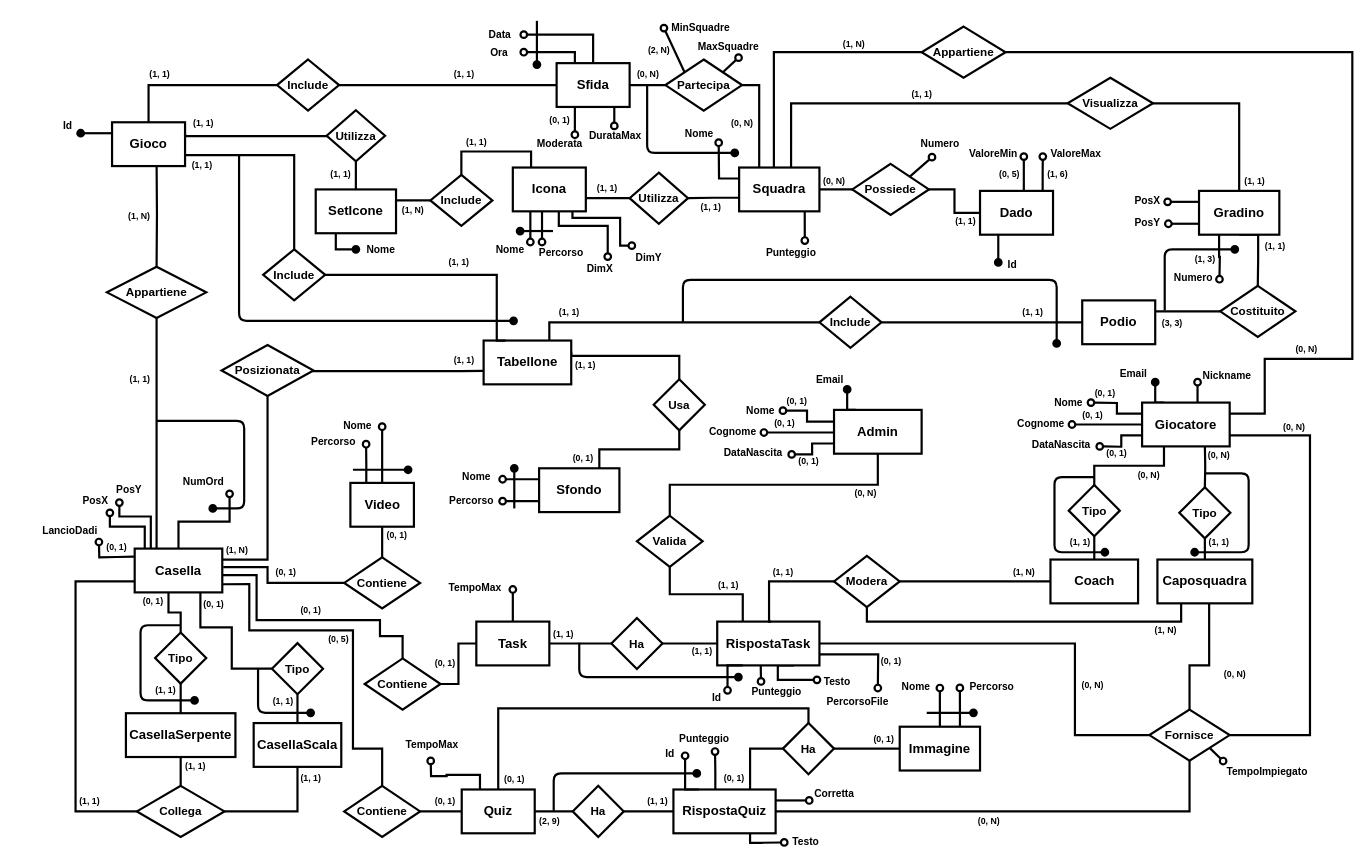
Earlier version of the draw.io diagram Progetto logico/Schema ER ristrutturato.drawio (lorenzobilli/BD-project). Source tidied: cells renumbered, new cells numbered last; positions are measured from the earlier drawing's top-left corner, leaving out a move shared by most shapes. Both pictures are drawn from the tidied source at 73%, with x=0, y=0 at pixel (38, 20).
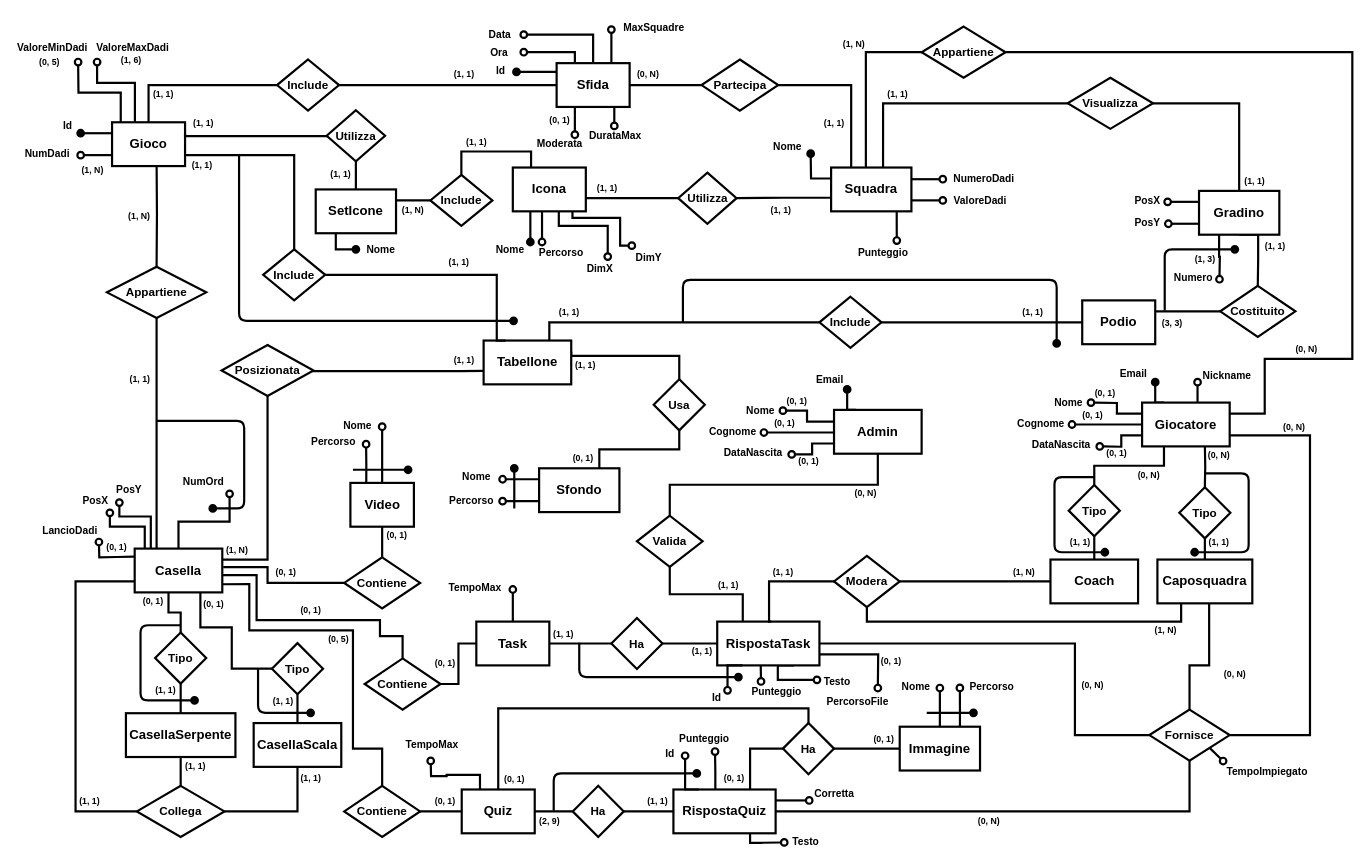
The same diagram, later.

Unchanged cells that the change refers to:
```xml
<mxCell id="4" value="Gioco" style="rounded=0;whiteSpace=wrap;html=1;strokeWidth=3;fontSize=18;shadow=0;fontStyle=1;" parent="1" vertex="1">
  <mxGeometry x="101" y="140" width="100" height="60" as="geometry" />
</mxCell>
<mxCell id="30" value="Appartiene" style="rhombus;whiteSpace=wrap;html=1;strokeWidth=3;fontSize=16;shadow=0;fontStyle=1;" parent="1" vertex="1">
  <mxGeometry x="1210" y="9" width="115" height="70" as="geometry" />
</mxCell>
<mxCell id="58" value="Sfida" style="rounded=0;whiteSpace=wrap;html=1;strokeWidth=3;fontSize=18;shadow=0;fontStyle=1;" parent="1" vertex="1">
  <mxGeometry x="710" y="59" width="100" height="60" as="geometry" />
</mxCell>
```

The edit, as a diff of the source:
```diff
@@
-    <mxCell id="23" style="edgeStyle=orthogonalEdgeStyle;rounded=0;jettySize=auto;html=1;exitX=0.433;exitY=-0.008;exitDx=0;exitDy=0;entryX=0;entryY=0.5;entryDx=0;entryDy=0;endArrow=none;endFill=0;exitPerimeter=0;strokeWidth=3;shadow=0;fontStyle=1;" parent="1" edge="1" source="28" target="30">
+    <mxCell id="23" style="edgeStyle=orthogonalEdgeStyle;rounded=0;jettySize=auto;html=1;exitX=0.433;exitY=-0.008;exitDx=0;exitDy=0;entryX=0;entryY=0.5;entryDx=0;entryDy=0;endArrow=none;endFill=0;exitPerimeter=0;strokeWidth=3;shadow=0;fontStyle=1;" parent="1" edge="1" source="28">
       <mxGeometry relative="1" as="geometry">
+        <mxPoint x="1315" y="44" as="targetPoint" />
         <Array as="points">
-          <mxPoint x="1008" y="44" />
+          <mxPoint x="1134" y="44" />
         </Array>
       </mxGeometry>
     </mxCell>
-    <mxCell id="24" style="edgeStyle=orthogonalEdgeStyle;rounded=0;jettySize=auto;html=1;exitX=1;exitY=0.5;exitDx=0;exitDy=0;entryX=0;entryY=0.5;entryDx=0;entryDy=0;endArrow=none;endFill=0;strokeWidth=3;shadow=0;fontStyle=1;" parent="1" edge="1" source="28">
-      <mxGeometry relative="1" as="geometry">
-        <mxPoint x="1120" y="232" as="targetPoint" />
-        <Array as="points">
-          <mxPoint x="1096" y="232" />
-          <mxPoint x="1096" y="232" />
-        </Array>
-      </mxGeometry>
-    </mxCell>
     <mxCell id="25" style="edgeStyle=orthogonalEdgeStyle;rounded=0;jettySize=auto;html=1;exitX=-0.005;exitY=0.69;exitDx=0;exitDy=0;entryX=1;entryY=0.5;entryDx=0;entryDy=0;startArrow=none;startFill=0;endArrow=none;endFill=0;fillColor=none;strokeWidth=3;shadow=0;fontStyle=1;exitPerimeter=0;" parent="1" edge="1" source="28" target="80">
-      <mxGeometry relative="1" as="geometry" />
+      <mxGeometry relative="1" as="geometry">
+        <Array as="points">
+          <mxPoint x="1021" y="243" />
+        </Array>
+      </mxGeometry>
     </mxCell>
     <mxCell id="26" style="rounded=0;jettySize=auto;html=1;exitX=0.817;exitY=0.991;exitDx=0;exitDy=0;endArrow=oval;endFill=0;edgeStyle=orthogonalEdgeStyle;strokeWidth=3;shadow=0;endSize=9;fontStyle=1;exitPerimeter=0;" parent="1" edge="1" source="28">
       <mxGeometry relative="1" as="geometry">
-        <mxPoint x="1050" y="302" as="targetPoint" />
+        <mxPoint x="1176" y="302" as="targetPoint" />
       </mxGeometry>
     </mxCell>
-    <mxCell id="27" style="edgeStyle=orthogonalEdgeStyle;rounded=0;jettySize=auto;html=1;exitX=0;exitY=0.25;exitDx=0;exitDy=0;startArrow=none;startFill=0;endArrow=oval;endFill=0;strokeWidth=3;endSize=9;" parent="1" edge="1" source="28">
+    <mxCell id="27" style="edgeStyle=orthogonalEdgeStyle;rounded=0;jettySize=auto;html=1;exitX=0;exitY=0.25;exitDx=0;exitDy=0;startArrow=none;startFill=0;endArrow=oval;endFill=1;strokeWidth=3;endSize=9;" parent="1" edge="1" source="28">
       <mxGeometry relative="1" as="geometry">
-        <mxPoint x="932" y="168" as="targetPoint" />
+        <mxPoint x="1058" y="183" as="targetPoint" />
       </mxGeometry>
     </mxCell>
     <mxCell id="28" value="Squadra" style="rounded=0;whiteSpace=wrap;html=1;strokeWidth=3;fontSize=18;shadow=0;fontStyle=1;" parent="1" vertex="1">
-      <mxGeometry x="960" y="202" width="110" height="60" as="geometry" />
+      <mxGeometry x="1086" y="202" width="110" height="60" as="geometry" />
     </mxCell>
@@
-    <mxCell id="31" style="edgeStyle=elbowEdgeStyle;rounded=0;jettySize=auto;elbow=vertical;html=1;exitX=1;exitY=0.5;exitDx=0;exitDy=0;entryX=0.25;entryY=0;entryDx=0;entryDy=0;startArrow=none;startFill=0;endArrow=none;endFill=0;strokeWidth=3;shadow=0;fontStyle=1;" parent="1" edge="1" source="34" target="28">
+    <mxCell id="31" style="edgeStyle=elbowEdgeStyle;rounded=0;jettySize=auto;elbow=vertical;html=1;entryX=0.25;entryY=0;entryDx=0;entryDy=0;startArrow=none;startFill=0;endArrow=none;endFill=0;strokeWidth=3;shadow=0;fontStyle=1;exitX=1;exitY=0.5;exitDx=0;exitDy=0;" parent="1" edge="1" source="34" target="28">
       <mxGeometry relative="1" as="geometry">
         <Array as="points">
-          <mxPoint x="972" y="89" />
+          <mxPoint x="1098" y="89" />
         </Array>
       </mxGeometry>
     </mxCell>
-    <mxCell id="32" style="edgeStyle=none;rounded=0;jettySize=auto;html=1;exitX=1;exitY=0;exitDx=0;exitDy=0;endArrow=oval;endFill=0;endSize=9;strokeWidth=3;" parent="1" edge="1" source="34">
-      <mxGeometry relative="1" as="geometry">
-        <mxPoint x="959.2" y="51.5" as="targetPoint" />
-      </mxGeometry>
-    </mxCell>
-    <mxCell id="33" style="rounded=0;jettySize=auto;html=1;exitX=0;exitY=0;exitDx=0;exitDy=0;fontSize=14;startArrow=none;startFill=0;endArrow=oval;endFill=0;startSize=9;endSize=9;strokeWidth=3;" parent="1" edge="1" source="34">
-      <mxGeometry relative="1" as="geometry">
-        <mxPoint x="857" y="11" as="targetPoint" />
-      </mxGeometry>
-    </mxCell>
     <mxCell id="34" value="Partecipa" style="rhombus;whiteSpace=wrap;html=1;strokeWidth=3;fontSize=16;shadow=0;fontStyle=1;" parent="1" vertex="1">
-      <mxGeometry x="859" y="54" width="105" height="70" as="geometry" />
+      <mxGeometry x="908.5" y="54" width="105" height="70" as="geometry" />
     </mxCell>
@@
-    <mxCell id="62" style="edgeStyle=orthogonalEdgeStyle;rounded=0;jettySize=auto;html=1;exitX=0.6;exitY=-0.011;exitDx=0;exitDy=0;fontSize=10;endArrow=oval;endFill=0;strokeWidth=3;shadow=0;endSize=9;fontStyle=1;exitPerimeter=0;" parent="1" edge="1" source="65">
+    <mxCell id="62" style="edgeStyle=orthogonalEdgeStyle;rounded=0;jettySize=auto;html=1;exitX=1;exitY=0.75;exitDx=0;exitDy=0;fontSize=10;endArrow=oval;endFill=0;strokeWidth=3;shadow=0;endSize=9;fontStyle=1;" parent="1" edge="1" source="28">
       <mxGeometry relative="1" as="geometry">
-        <mxPoint x="1350" y="187" as="targetPoint" />
+        <mxPoint x="1239" y="247" as="targetPoint" />
       </mxGeometry>
     </mxCell>
-    <mxCell id="63" style="edgeStyle=orthogonalEdgeStyle;rounded=0;jettySize=auto;html=1;fontSize=10;endArrow=oval;endFill=0;strokeWidth=3;shadow=0;endSize=9;fontStyle=1;exitX=0.858;exitY=-0.016;exitDx=0;exitDy=0;exitPerimeter=0;" parent="1" edge="1" source="65">
-      <mxGeometry relative="1" as="geometry">
-        <mxPoint x="1376" y="187" as="targetPoint" />
-      </mxGeometry>
-    </mxCell>
-    <mxCell id="64" style="edgeStyle=none;rounded=0;jettySize=auto;html=1;exitX=0.25;exitY=1;exitDx=0;exitDy=0;fontSize=14;startArrow=none;startFill=0;endArrow=oval;endFill=1;startSize=9;endSize=9;strokeWidth=3;" parent="1" edge="1" source="65">
-      <mxGeometry relative="1" as="geometry">
-        <mxPoint x="1315" y="332" as="targetPoint" />
-      </mxGeometry>
-    </mxCell>
-    <mxCell id="65" value="Dado" style="rounded=0;whiteSpace=wrap;html=1;strokeWidth=3;fontSize=18;shadow=0;fontStyle=1;" parent="1" vertex="1">
-      <mxGeometry x="1290" y="234" width="100" height="60" as="geometry" />
-    </mxCell>
-    <mxCell id="66" style="edgeStyle=orthogonalEdgeStyle;rounded=0;jettySize=auto;html=1;exitX=1;exitY=0.5;exitDx=0;exitDy=0;entryX=0;entryY=0.5;entryDx=0;entryDy=0;endArrow=none;endFill=0;strokeWidth=3;shadow=0;fontStyle=1;" parent="1" edge="1" source="68" target="65">
-      <mxGeometry relative="1" as="geometry" />
-    </mxCell>
-    <mxCell id="67" style="rounded=0;jettySize=auto;html=1;exitX=1;exitY=0;exitDx=0;exitDy=0;fontSize=14;startArrow=none;startFill=0;endArrow=oval;endFill=0;startSize=9;endSize=9;strokeWidth=3;" parent="1" edge="1" source="68">
-      <mxGeometry relative="1" as="geometry">
-        <mxPoint x="1224.2" y="187.8" as="targetPoint" />
-      </mxGeometry>
-    </mxCell>
-    <mxCell id="68" value="Possiede" style="rhombus;whiteSpace=wrap;html=1;strokeWidth=3;fontSize=16;shadow=0;fontStyle=1;" parent="1" vertex="1">
-      <mxGeometry x="1115" y="197" width="105" height="70" as="geometry" />
-    </mxCell>
@@
-    <mxCell id="73" style="edgeStyle=elbowEdgeStyle;rounded=0;orthogonalLoop=1;jettySize=auto;elbow=vertical;html=1;fontSize=16;startArrow=none;startFill=0;endArrow=oval;endFill=0;strokeWidth=3;shadow=0;endSize=9;fontStyle=1;" parent="1" edge="1">
+    <mxCell id="73" style="edgeStyle=elbowEdgeStyle;rounded=0;orthogonalLoop=1;jettySize=auto;elbow=vertical;html=1;fontSize=16;startArrow=none;startFill=0;endArrow=oval;endFill=1;strokeWidth=3;shadow=0;endSize=9;fontStyle=1;" parent="1" edge="1">
       <mxGeometry relative="1" as="geometry">
         <mxPoint x="674" y="262" as="sourcePoint" />
         <mxPoint x="674" y="304" as="targetPoint" />
         <Array as="points">
           <mxPoint x="674" y="270" />
           <mxPoint x="674" y="264" />
         </Array>
       </mxGeometry>
     </mxCell>
@@
     <mxCell id="80" value="Utilizza" style="rhombus;whiteSpace=wrap;html=1;strokeWidth=3;fontSize=16;shadow=0;fontStyle=1;" parent="1" vertex="1">
-      <mxGeometry x="810" y="209" width="80" height="70" as="geometry" />
+      <mxGeometry x="876.5" y="209" width="80" height="70" as="geometry" />
     </mxCell>
@@
-    <mxCell id="137" value="ValoreMin" style="text;html=1;align=center;verticalAlign=middle;strokeColor=none;fontSize=14;strokeWidth=3;shadow=0;fontStyle=1;" parent="1" vertex="1">
-      <mxGeometry x="1270" y="172.5" width="76" height="21" as="geometry" />
+    <mxCell id="137" value="ValoreDadi" style="text;html=1;align=center;verticalAlign=middle;strokeColor=none;fontSize=14;strokeWidth=3;shadow=0;fontStyle=1;" parent="1" vertex="1">
+      <mxGeometry x="1248" y="236" width="83" height="21" as="geometry" />
     </mxCell>
-    <mxCell id="138" value="ValoreMax" style="text;html=1;align=center;verticalAlign=middle;strokeColor=none;fontSize=14;strokeWidth=3;shadow=0;fontStyle=1;" parent="1" vertex="1">
-      <mxGeometry x="1381" y="172.5" width="80" height="21" as="geometry" />
-    </mxCell>
@@
     <mxCell id="143" value="Punteggio" style="text;html=1;align=center;verticalAlign=middle;strokeColor=none;strokeWidth=3;shadow=0;fontStyle=1;fontSize=14;" parent="1" vertex="1">
-      <mxGeometry x="991" y="308" width="79" height="21" as="geometry" />
+      <mxGeometry x="1117" y="308" width="79" height="21" as="geometry" />
     </mxCell>
@@
-    <mxCell id="153" style="endArrow=oval;html=1;fontSize=10;endFill=1;strokeWidth=3;shadow=0;endSize=9;fontStyle=1;" parent="1" edge="1">
-      <mxGeometry relative="1" as="geometry">
-        <mxPoint x="705" y="289" as="sourcePoint" />
-        <mxPoint x="660" y="289" as="targetPoint" />
-      </mxGeometry>
-    </mxCell>
@@
     <mxCell id="158" style="endArrow=none;html=1;endSize=9;strokeWidth=3;edgeStyle=orthogonalEdgeStyle;startArrow=oval;startFill=1;startSize=9;endFill=0;" parent="1" edge="1">
       <mxGeometry relative="1" as="geometry">
-        <mxPoint x="683" y="61" as="sourcePoint" />
-        <mxPoint x="683" y="1" as="targetPoint" />
+        <mxPoint x="655" y="71" as="sourcePoint" />
+        <mxPoint x="710" y="71" as="targetPoint" />
         <Array as="points">
-          <mxPoint x="683" y="53" />
-          <mxPoint x="683" y="53" />
+          <mxPoint x="687" y="71" />
+          <mxPoint x="687" y="71" />
         </Array>
       </mxGeometry>
     </mxCell>
     <mxCell id="159" value="&lt;span style=&quot;font-size: 14px;&quot;&gt;Nome&lt;/span&gt;" style="text;html=1;align=center;verticalAlign=middle;strokeColor=none;fillColor=none;fontSize=14;fontStyle=1;" parent="1" vertex="1">
-      <mxGeometry x="880" y="144" width="49" height="21" as="geometry" />
+      <mxGeometry x="1001" y="162" width="49" height="21" as="geometry" />
     </mxCell>
-    <mxCell id="160" style="endArrow=none;html=1;fontSize=10;endSize=9;strokeWidth=3;endFill=0;startArrow=oval;startFill=1;startSize=9;" parent="1" edge="1">
-      <mxGeometry relative="1" as="geometry">
-        <mxPoint x="954" y="182" as="sourcePoint" />
-        <mxPoint x="834" y="88" as="targetPoint" />
-        <Array as="points">
-          <mxPoint x="834" y="182" />
-        </Array>
-      </mxGeometry>
-    </mxCell>
@@
-    <mxCell id="165" value="MaxSquadre" style="text;html=1;align=center;verticalAlign=middle;strokeColor=none;fillColor=none;fontStyle=1;fontSize=14;" parent="1" vertex="1">
-      <mxGeometry x="898" y="25" width="94" height="21" as="geometry" />
-    </mxCell>
@@
-    <mxCell id="179" value="&lt;b&gt;Numero&lt;/b&gt;" style="text;html=1;align=center;verticalAlign=middle;strokeColor=none;fillColor=none;fontSize=14;" parent="1" vertex="1">
-      <mxGeometry x="1203.5" y="159.5" width="63" height="21" as="geometry" />
+    <mxCell id="179" value="&lt;b&gt;NumeroDadi&lt;/b&gt;" style="text;html=1;align=center;verticalAlign=middle;strokeColor=none;fillColor=none;fontSize=14;" parent="1" vertex="1">
+      <mxGeometry x="1248" y="206" width="93" height="21" as="geometry" />
     </mxCell>
-    <mxCell id="180" value="&lt;b&gt;Id&lt;/b&gt;" style="text;html=1;align=center;verticalAlign=middle;strokeColor=none;fillColor=none;fontSize=14;" parent="1" vertex="1">
-      <mxGeometry x="1322" y="324" width="23" height="21" as="geometry" />
-    </mxCell>
@@
     <mxCell id="185" value="&lt;font style=&quot;font-size: 12px&quot;&gt;&lt;b&gt;(1, 1)&lt;/b&gt;&lt;/font&gt;" style="text;html=1;align=center;verticalAlign=middle;strokeColor=none;fillColor=none;fontSize=14;" parent="1" vertex="1">
-      <mxGeometry x="147" y="63" width="38" height="22" as="geometry" />
+      <mxGeometry x="152" y="90" width="38" height="22" as="geometry" />
     </mxCell>
@@
     <mxCell id="220" value="&lt;font style=&quot;font-size: 12px&quot;&gt;&lt;b&gt;(1, 1)&lt;/b&gt;&lt;/font&gt;" style="text;html=1;align=center;verticalAlign=middle;strokeColor=none;fillColor=none;fontSize=14;" parent="1" vertex="1">
-      <mxGeometry x="1191" y="90" width="38" height="22" as="geometry" />
+      <mxGeometry x="1158" y="90" width="38" height="22" as="geometry" />
     </mxCell>
@@
-    <mxCell id="226" value="&lt;font style=&quot;font-size: 12px&quot;&gt;&lt;b&gt;(0, N)&lt;/b&gt;&lt;/font&gt;" style="text;html=1;align=center;verticalAlign=middle;strokeColor=none;fillColor=none;fontSize=14;" parent="1" vertex="1">
-      <mxGeometry x="944" y="130" width="40" height="22" as="geometry" />
+    <mxCell id="226" value="&lt;font style=&quot;font-size: 12px&quot;&gt;&lt;b&gt;(1, 1)&lt;/b&gt;&lt;/font&gt;" style="text;html=1;align=center;verticalAlign=middle;strokeColor=none;fillColor=none;fontSize=14;" parent="1" vertex="1">
+      <mxGeometry x="1071" y="130" width="38" height="22" as="geometry" />
     </mxCell>
@@
-    <mxCell id="228" value="&lt;font style=&quot;font-size: 12px&quot;&gt;&lt;b&gt;(0, N)&lt;/b&gt;&lt;/font&gt;" style="text;html=1;align=center;verticalAlign=middle;strokeColor=none;fillColor=none;fontSize=14;" parent="1" vertex="1">
-      <mxGeometry x="1069.5" y="209" width="40" height="22" as="geometry" />
-    </mxCell>
-    <mxCell id="229" value="&lt;font style=&quot;font-size: 12px&quot;&gt;&lt;b&gt;(1, 1)&lt;/b&gt;&lt;/font&gt;" style="text;html=1;align=center;verticalAlign=middle;strokeColor=none;fillColor=none;fontSize=14;" parent="1" vertex="1">
-      <mxGeometry x="1251" y="264" width="38" height="22" as="geometry" />
-    </mxCell>
@@
     <mxCell id="231" value="&lt;font style=&quot;font-size: 12px&quot;&gt;&lt;b&gt;(1, 1)&lt;/b&gt;&lt;/font&gt;" style="text;html=1;align=center;verticalAlign=middle;strokeColor=none;fillColor=none;fontSize=14;" parent="1" vertex="1">
-      <mxGeometry x="902" y="245" width="38" height="22" as="geometry" />
+      <mxGeometry x="998" y="249" width="38" height="22" as="geometry" />
     </mxCell>
-    <mxCell id="232" value="&lt;font style=&quot;font-size: 12px&quot;&gt;&lt;b&gt;(0, 5)&lt;/b&gt;&lt;/font&gt;" style="text;html=1;align=center;verticalAlign=middle;strokeColor=none;fillColor=none;fontSize=14;" parent="1" vertex="1">
-      <mxGeometry x="1311" y="200" width="38" height="22" as="geometry" />
-    </mxCell>
-    <mxCell id="233" value="&lt;font style=&quot;font-size: 12px&quot;&gt;&lt;b&gt;(1, 6)&lt;/b&gt;&lt;/font&gt;" style="text;html=1;align=center;verticalAlign=middle;strokeColor=none;fillColor=none;fontSize=14;" parent="1" vertex="1">
-      <mxGeometry x="1377" y="200" width="38" height="22" as="geometry" />
-    </mxCell>
@@
-    <mxCell id="235" value="&lt;font style=&quot;font-size: 12px&quot;&gt;&lt;b&gt;(2, N)&lt;/b&gt;&lt;/font&gt;" style="text;html=1;align=center;verticalAlign=middle;strokeColor=none;fillColor=none;fontSize=14;" parent="1" vertex="1">
-      <mxGeometry x="830" y="30" width="40" height="22" as="geometry" />
-    </mxCell>
-    <mxCell id="236" value="MinSquadre" style="text;html=1;align=center;verticalAlign=middle;strokeColor=none;fillColor=none;fontStyle=1;fontSize=14;" parent="1" vertex="1">
-      <mxGeometry x="862" width="90" height="21" as="geometry" />
-    </mxCell>
@@
+    <mxCell id="180" value="Id" style="text;html=1;align=center;verticalAlign=middle;strokeColor=none;fillColor=none;fontStyle=1;fontSize=14;" parent="1" vertex="1">
+      <mxGeometry x="621" y="59" width="23" height="21" as="geometry" />
+    </mxCell>
+    <mxCell id="306" style="edgeStyle=orthogonalEdgeStyle;rounded=0;orthogonalLoop=1;jettySize=auto;html=1;exitX=0;exitY=0.75;exitDx=0;exitDy=0;strokeWidth=3;endArrow=oval;endFill=0;endSize=9;" parent="1" edge="1">
+      <mxGeometry relative="1" as="geometry">
+        <mxPoint x="101" y="185" as="sourcePoint" />
+        <mxPoint x="58" y="185" as="targetPoint" />
+      </mxGeometry>
+    </mxCell>
+    <mxCell id="307" value="&lt;font style=&quot;font-size: 12px&quot;&gt;&lt;b&gt;(1, N)&lt;/b&gt;&lt;/font&gt;" style="text;html=1;align=center;verticalAlign=middle;strokeColor=none;fillColor=none;fontSize=14;" parent="1" vertex="1">
+      <mxGeometry x="54" y="193.5" width="40" height="22" as="geometry" />
+    </mxCell>
+    <mxCell id="308" value="NumDadi" style="text;html=1;align=center;verticalAlign=middle;strokeColor=none;fillColor=none;fontStyle=1;fontSize=14;" parent="1" vertex="1">
+      <mxGeometry x="-24" y="172.5" width="72" height="21" as="geometry" />
+    </mxCell>
+    <mxCell id="309" style="edgeStyle=none;rounded=0;jettySize=auto;html=1;exitX=0.75;exitY=0;exitDx=0;exitDy=0;endArrow=oval;endFill=0;endSize=9;strokeWidth=3;" parent="1" edge="1" source="58">
+      <mxGeometry relative="1" as="geometry">
+        <mxPoint x="785" y="13" as="targetPoint" />
+      </mxGeometry>
+    </mxCell>
+    <mxCell id="165" value="MaxSquadre" style="text;html=1;align=center;verticalAlign=middle;strokeColor=none;fillColor=none;fontStyle=1;fontSize=14;" parent="1" vertex="1">
+      <mxGeometry x="796" width="94" height="21" as="geometry" />
+    </mxCell>
+    <mxCell id="310" style="edgeStyle=orthogonalEdgeStyle;rounded=0;jettySize=auto;html=1;exitX=0.119;exitY=0;exitDx=0;exitDy=0;fontSize=10;endArrow=oval;endFill=0;strokeWidth=3;shadow=0;endSize=9;fontStyle=1;exitPerimeter=0;" parent="1" edge="1" source="4">
+      <mxGeometry relative="1" as="geometry">
+        <mxPoint x="54.5" y="57.5" as="targetPoint" />
+      </mxGeometry>
+    </mxCell>
+    <mxCell id="311" style="edgeStyle=orthogonalEdgeStyle;rounded=0;jettySize=auto;html=1;fontSize=10;endArrow=oval;endFill=0;strokeWidth=3;shadow=0;endSize=9;fontStyle=1;exitX=0.313;exitY=0.01;exitDx=0;exitDy=0;exitPerimeter=0;" parent="1" edge="1" source="4">
+      <mxGeometry relative="1" as="geometry">
+        <mxPoint x="80.5" y="57.5" as="targetPoint" />
+        <Array as="points">
+          <mxPoint x="132" y="86" />
+          <mxPoint x="81" y="86" />
+        </Array>
+      </mxGeometry>
+    </mxCell>
+    <mxCell id="312" value="ValoreMinDadi" style="text;html=1;align=center;verticalAlign=middle;strokeColor=none;fontSize=14;strokeWidth=3;shadow=0;fontStyle=1;" parent="1" vertex="1">
+      <mxGeometry x="-35" y="27" width="107" height="21" as="geometry" />
+    </mxCell>
+    <mxCell id="313" value="ValoreMaxDadi" style="text;html=1;align=center;verticalAlign=middle;strokeColor=none;fontSize=14;strokeWidth=3;shadow=0;fontStyle=1;" parent="1" vertex="1">
+      <mxGeometry x="74" y="27" width="110" height="21" as="geometry" />
+    </mxCell>
+    <mxCell id="232" value="&lt;font style=&quot;font-size: 12px&quot;&gt;&lt;b&gt;(0, 5)&lt;/b&gt;&lt;/font&gt;" style="text;html=1;align=center;verticalAlign=middle;strokeColor=none;fillColor=none;fontSize=14;" parent="1" vertex="1">
+      <mxGeometry x="-4" y="46" width="38" height="22" as="geometry" />
+    </mxCell>
+    <mxCell id="233" value="&lt;font style=&quot;font-size: 12px&quot;&gt;&lt;b&gt;(1, 6)&lt;/b&gt;&lt;/font&gt;" style="text;html=1;align=center;verticalAlign=middle;strokeColor=none;fillColor=none;fontSize=14;" parent="1" vertex="1">
+      <mxGeometry x="108" y="43" width="38" height="22" as="geometry" />
+    </mxCell>
+    <mxCell id="314" style="edgeStyle=orthogonalEdgeStyle;rounded=0;orthogonalLoop=1;jettySize=auto;html=1;exitX=1;exitY=0.75;exitDx=0;exitDy=0;fontSize=10;endArrow=oval;endFill=0;strokeWidth=3;shadow=0;endSize=9;fontStyle=1;" parent="1" edge="1">
+      <mxGeometry relative="1" as="geometry">
+        <mxPoint x="1196" y="218" as="sourcePoint" />
+        <mxPoint x="1239" y="218" as="targetPoint" />
+      </mxGeometry>
+    </mxCell>
```
